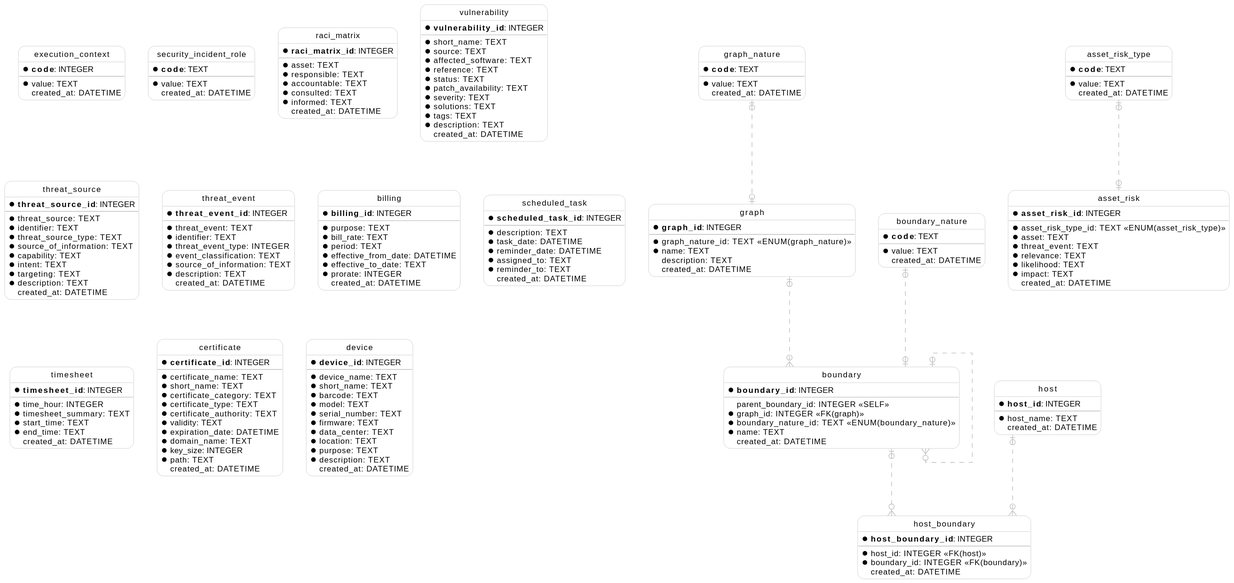
The PlantUML diagram support/docs/models.svg in geovlazar/core, before a commit. The source it was exported from:
```plantuml
@startuml models
  hide circle
  skinparam linetype ortho
  skinparam roundcorner 20
  skinparam class {
    BackgroundColor White
    ArrowColor Silver
    BorderColor Silver
    FontColor Black
    FontSize 12
  }

  entity "execution_context" as execution_context {
    * **code**: INTEGER
    --
    * value: TEXT
      created_at: DATETIME
  }

  entity "graph_nature" as graph_nature {
    * **code**: TEXT
    --
    * value: TEXT
      created_at: DATETIME
  }

  entity "boundary_nature" as boundary_nature {
    * **code**: TEXT
    --
    * value: TEXT
      created_at: DATETIME
  }

  entity "asset_risk_type" as asset_risk_type {
    * **code**: TEXT
    --
    * value: TEXT
      created_at: DATETIME
  }

  entity "security_incident_role" as security_incident_role {
    * **code**: TEXT
    --
    * value: TEXT
      created_at: DATETIME
  }

  entity "host" as host {
    * **host_id**: INTEGER
    --
    * host_name: TEXT
      created_at: DATETIME
  }

  entity "graph" as graph {
    * **graph_id**: INTEGER
    --
    * graph_nature_id: TEXT <<ENUM(graph_nature)>>
    * name: TEXT
      description: TEXT
      created_at: DATETIME
  }

  entity "boundary" as boundary {
    * **boundary_id**: INTEGER
    --
      parent_boundary_id: INTEGER <<SELF>>
    * graph_id: INTEGER <<FK(graph)>>
    * boundary_nature_id: TEXT <<ENUM(boundary_nature)>>
    * name: TEXT
      created_at: DATETIME
  }

  entity "host_boundary" as host_boundary {
    * **host_boundary_id**: INTEGER
    --
    * host_id: INTEGER <<FK(host)>>
    * boundary_id: INTEGER <<FK(boundary)>>
      created_at: DATETIME
  }

  entity "raci_matrix" as raci_matrix {
    * **raci_matrix_id**: INTEGER
    --
    * asset: TEXT
    * responsible: TEXT
    * accountable: TEXT
    * consulted: TEXT
    * informed: TEXT
      created_at: DATETIME
  }

  entity "asset_risk" as asset_risk {
    * **asset_risk_id**: INTEGER
    --
    * asset_risk_type_id: TEXT <<ENUM(asset_risk_type)>>
    * asset: TEXT
    * threat_event: TEXT
    * relevance: TEXT
    * likelihood: TEXT
    * impact: TEXT
      created_at: DATETIME
  }

  entity "vulnerability" as vulnerability {
    * **vulnerability_id**: INTEGER
    --
    * short_name: TEXT
    * source: TEXT
    * affected_software: TEXT
    * reference: TEXT
    * status: TEXT
    * patch_availability: TEXT
    * severity: TEXT
    * solutions: TEXT
    * tags: TEXT
    * description: TEXT
      created_at: DATETIME
  }

  entity "threat_source" as threat_source {
    * **threat_source_id**: INTEGER
    --
    * threat_source: TEXT
    * identifier: TEXT
    * threat_source_type: TEXT
    * source_of_information: TEXT
    * capability: TEXT
    * intent: TEXT
    * targeting: TEXT
    * description: TEXT
      created_at: DATETIME
  }

  entity "threat_event" as threat_event {
    * **threat_event_id**: INTEGER
    --
    * threat_event: TEXT
    * identifier: TEXT
    * threat_event_type: INTEGER
    * event_classification: TEXT
    * source_of_information: TEXT
    * description: TEXT
      created_at: DATETIME
  }

  entity "billing" as billing {
    * **billing_id**: INTEGER
    --
    * purpose: TEXT
    * bill_rate: TEXT
    * period: TEXT
    * effective_from_date: DATETIME
    * effective_to_date: TEXT
    * prorate: INTEGER
      created_at: DATETIME
  }

  entity "scheduled_task" as scheduled_task {
    * **scheduled_task_id**: INTEGER
    --
    * description: TEXT
    * task_date: DATETIME
    * reminder_date: DATETIME
    * assigned_to: TEXT
    * reminder_to: TEXT
      created_at: DATETIME
  }

  entity "timesheet" as timesheet {
    * **timesheet_id**: INTEGER
    --
    * time_hour: INTEGER
    * timesheet_summary: TEXT
    * start_time: TEXT
    * end_time: TEXT
      created_at: DATETIME
  }

  entity "certificate" as certificate {
    * **certificate_id**: INTEGER
    --
    * certificate_name: TEXT
    * short_name: TEXT
    * certificate_category: TEXT
    * certificate_type: TEXT
    * certificate_authority: TEXT
    * validity: TEXT
    * expiration_date: DATETIME
    * domain_name: TEXT
    * key_size: INTEGER
    * path: TEXT
      created_at: DATETIME
  }

  entity "device" as device {
    * **device_id**: INTEGER
    --
    * device_name: TEXT
    * short_name: TEXT
    * barcode: TEXT
    * model: TEXT
    * serial_number: TEXT
    * firmware: TEXT
    * data_center: TEXT
    * location: TEXT
    * purpose: TEXT
    * description: TEXT
      created_at: DATETIME
  }

  graph_nature |o..o| graph
  boundary |o..o{ boundary
  graph |o..o{ boundary
  boundary_nature |o..o| boundary
  host |o..o{ host_boundary
  boundary |o..o{ host_boundary
  asset_risk_type |o..o| asset_risk
@enduml
```
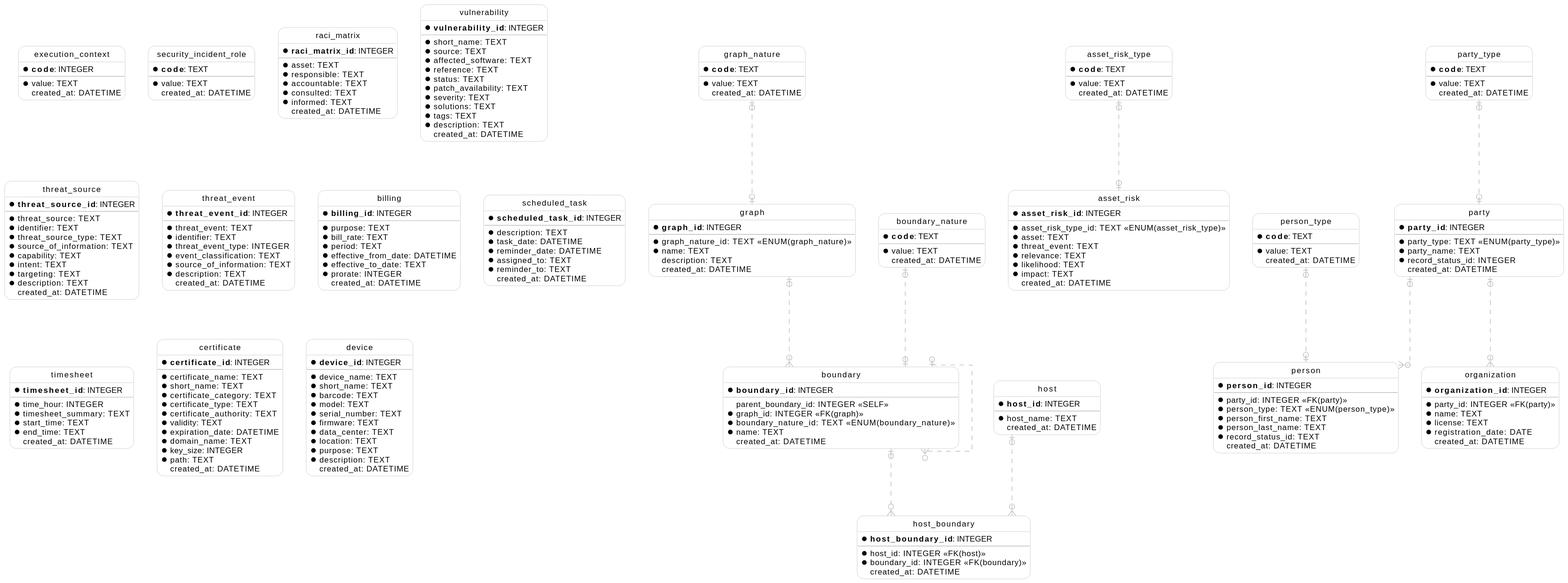
Above is the later version.

What changed in the source:
```diff
@@ -39,6 +39,20 @@
   }
 
   entity "security_incident_role" as security_incident_role {
+    * **code**: TEXT
+    --
+    * value: TEXT
+      created_at: DATETIME
+  }
+
+  entity "party_type" as party_type {
+    * **code**: TEXT
+    --
+    * value: TEXT
+      created_at: DATETIME
+  }
+
+  entity "person_type" as person_type {
     * **code**: TEXT
     --
     * value: TEXT
@@ -209,6 +223,36 @@
       created_at: DATETIME
   }
 
+  entity "party" as party {
+    * **party_id**: INTEGER
+    --
+    * party_type: TEXT <<ENUM(party_type)>>
+    * party_name: TEXT
+    * record_status_id: INTEGER
+      created_at: DATETIME
+  }
+
+  entity "person" as person {
+    * **person_id**: INTEGER
+    --
+    * party_id: INTEGER <<FK(party)>>
+    * person_type: TEXT <<ENUM(person_type)>>
+    * person_first_name: TEXT
+    * person_last_name: TEXT
+    * record_status_id: TEXT
+      created_at: DATETIME
+  }
+
+  entity "organization" as organization {
+    * **organization_id**: INTEGER
+    --
+    * party_id: INTEGER <<FK(party)>>
+    * name: TEXT
+    * license: TEXT
+    * registration_date: DATE
+      created_at: DATETIME
+  }
+
   graph_nature |o..o| graph
   boundary |o..o{ boundary
   graph |o..o{ boundary
@@ -216,4 +260,8 @@
   host |o..o{ host_boundary
   boundary |o..o{ host_boundary
   asset_risk_type |o..o| asset_risk
+  party_type |o..o| party
+  party |o..o{ person
+  person_type |o..o| person
+  party |o..o{ organization
 @enduml
```
